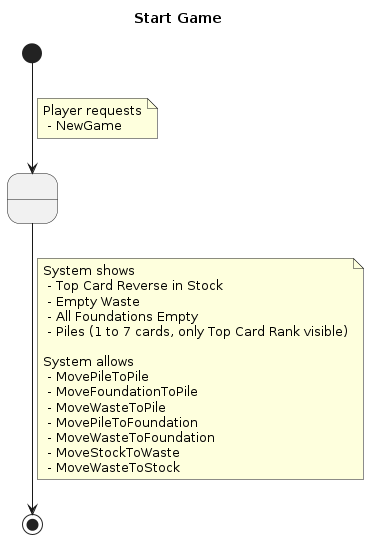
marinasayols/MDWP1RUP-Klondike keeps this PlantUML diagram as 02-requisitos/specifications/SaveGame.png. Above is the earlier version.
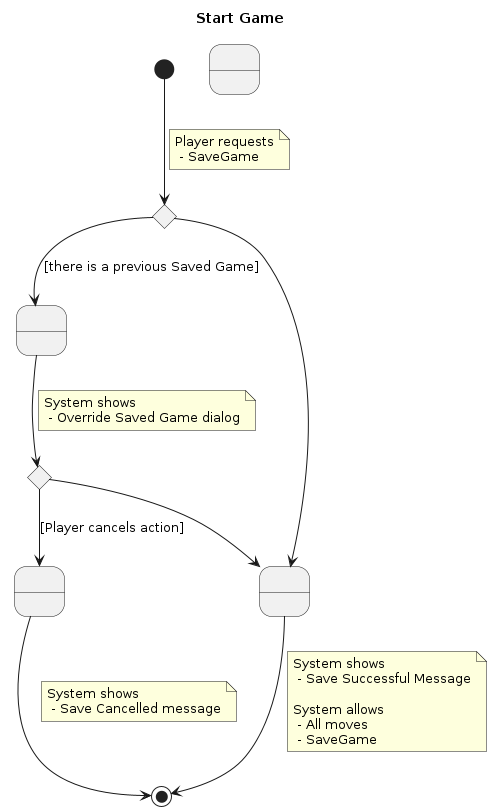
The same diagram one commit later.

Diff of the diagram source:
```diff
@@ -2,28 +2,43 @@
 title Start Game
 
 state " " as s1
+state " " as s2
+state " " as s3
+state " " as s4
+state c1 <<choice>>
+state c2 <<choice>>
 
-[*] --> s1
+[*] --> c1
 note on link
 	Player requests
-	 - NewGame
+	 - SaveGame
 end note
-s1 --> [*]
+
+c1 --> s1 : [there is a previous Saved Game]
+c1 --> s3
+s1 --> c2
 note on link
 	System shows
-	 - Top Card Reverse in Stock
-	 - Empty Waste
-	 - All Foundations Empty
-	 - Piles (1 to 7 cards, only Top Card Rank visible)
+	 - Override Saved Game dialog
+end note
+
+c2 --> s4 : [Player cancels action]
+s4 --> [*]
+note on link
+	System shows
+	 - Save Cancelled message
+end note
+
+c2 --> s3
+
+s3 --> [*]
+note on link
+	System shows
+	 - Save Successful Message
 
 	System allows
-	 - MovePileToPile
-	 - MoveFoundationToPile
-	 - MoveWasteToPile
-	 - MovePileToFoundation
-	 - MoveWasteToFoundation
-	 - MoveStockToWaste
-	 - MoveWasteToStock
+	 - All moves
+	 - SaveGame
 end note
 
 @enduml
```
